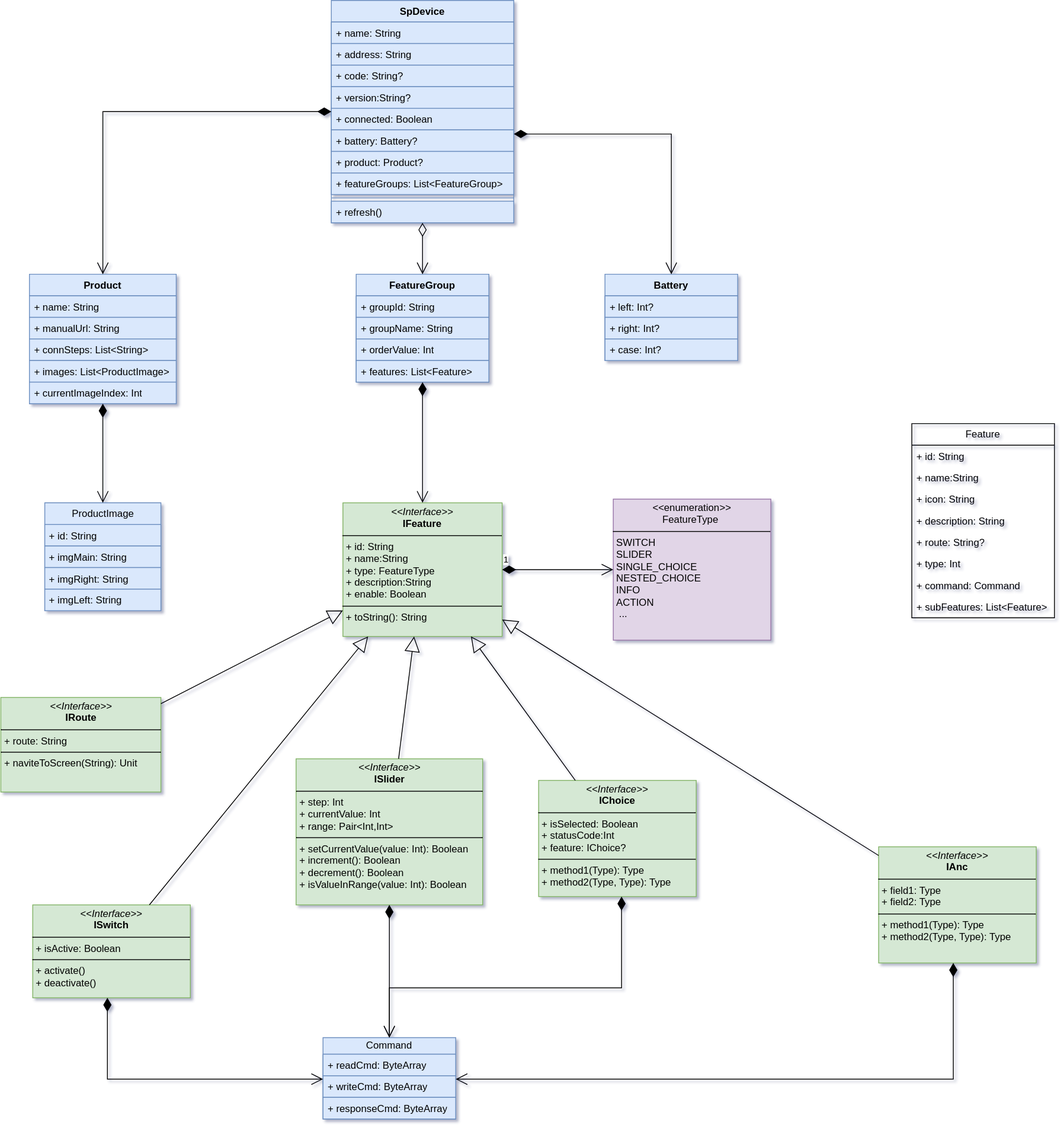
This is sp-device.drawio.svg from kekemao00/draw-libs, a draw.io export, as it was before one commit. Source tidied: cells renumbered, new cells last; positions are measured from the earlier drawing's top-left corner, leaving out a move shared by most shapes.
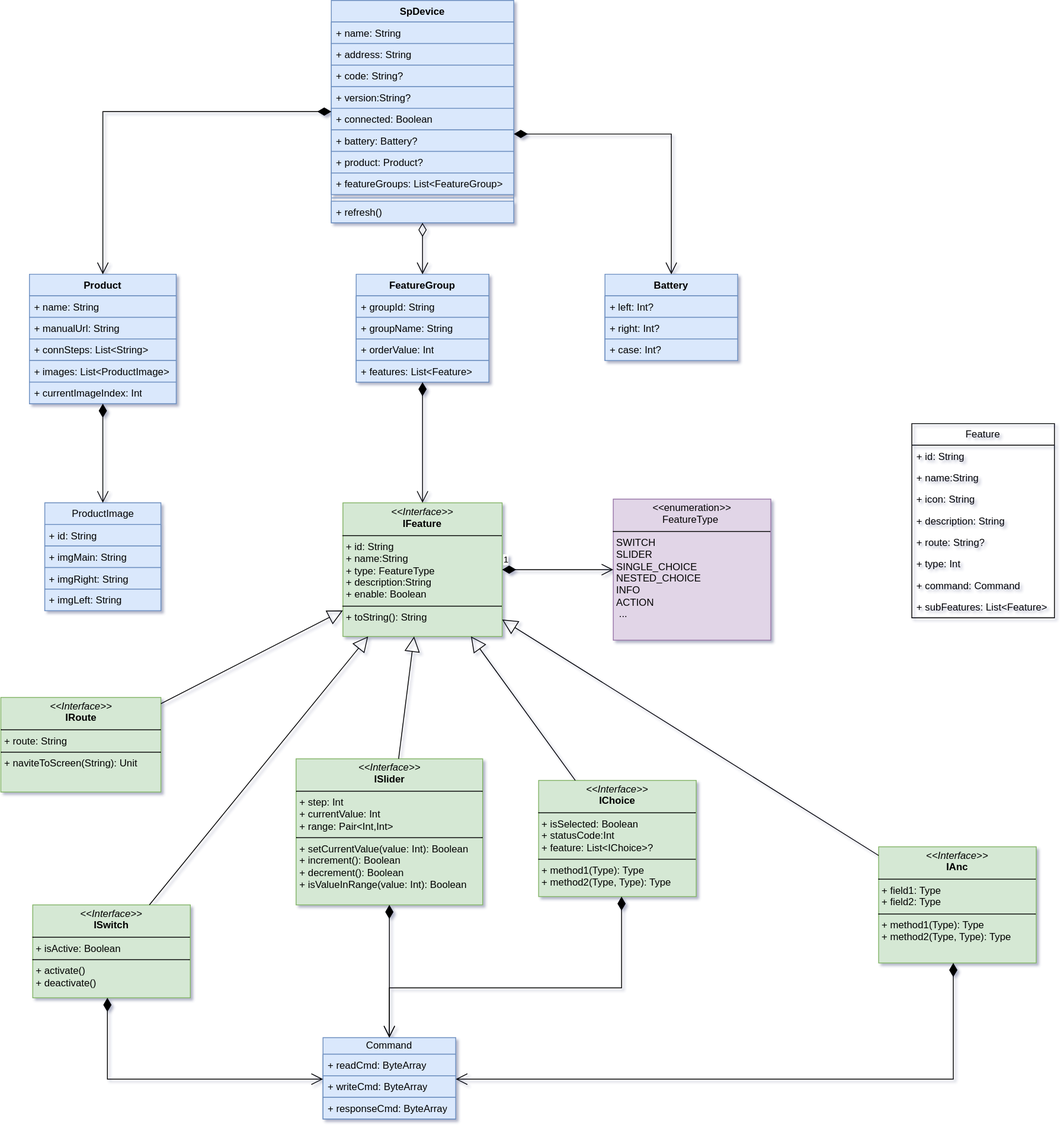
The same file after the commit.

The edit, as a diff of the source:
```diff
@@ -140,7 +140,7 @@
     <mxCell id="47" value="&lt;p style=&quot;margin:0px;margin-top:4px;text-align:center;&quot;&gt;&lt;i&gt;&amp;lt;&amp;lt;Interface&amp;gt;&amp;gt;&lt;/i&gt;&lt;br&gt;&lt;b&gt;IRoute&lt;/b&gt;&lt;/p&gt;&lt;hr size=&quot;1&quot; style=&quot;border-style:solid;&quot;&gt;&lt;p style=&quot;margin:0px;margin-left:4px;&quot;&gt;+ route: String&lt;/p&gt;&lt;hr size=&quot;1&quot; style=&quot;border-style:solid;&quot;&gt;&lt;p style=&quot;margin:0px;margin-left:4px;&quot;&gt;+ naviteToScreen(String): Unit&lt;br&gt;&lt;/p&gt;" style="verticalAlign=top;align=left;overflow=fill;html=1;whiteSpace=wrap;fillColor=#d5e8d4;strokeColor=#82b366;" parent="1" vertex="1">
       <mxGeometry x="-0.5" y="840" width="193" height="114" as="geometry" />
     </mxCell>
-    <mxCell id="48" value="&lt;p style=&quot;margin:0px;margin-top:4px;text-align:center;&quot;&gt;&lt;i&gt;&amp;lt;&amp;lt;Interface&amp;gt;&amp;gt;&lt;/i&gt;&lt;br&gt;&lt;b&gt;IChoice&lt;/b&gt;&lt;/p&gt;&lt;hr size=&quot;1&quot; style=&quot;border-style:solid;&quot;&gt;&lt;p style=&quot;margin:0px;margin-left:4px;&quot;&gt;+ isSelected: Boolean&lt;br&gt;+ statusCode:Int&lt;br&gt;+&amp;nbsp;feature: IChoice?&lt;/p&gt;&lt;hr size=&quot;1&quot; style=&quot;border-style:solid;&quot;&gt;&lt;p style=&quot;margin:0px;margin-left:4px;&quot;&gt;+ method1(Type): Type&lt;br&gt;+ method2(Type, Type): Type&lt;/p&gt;" style="verticalAlign=top;align=left;overflow=fill;html=1;whiteSpace=wrap;fillColor=#d5e8d4;strokeColor=#82b366;" parent="1" vertex="1">
+    <mxCell id="48" value="&lt;p style=&quot;margin:0px;margin-top:4px;text-align:center;&quot;&gt;&lt;i&gt;&amp;lt;&amp;lt;Interface&amp;gt;&amp;gt;&lt;/i&gt;&lt;br&gt;&lt;b&gt;IChoice&lt;/b&gt;&lt;/p&gt;&lt;hr size=&quot;1&quot; style=&quot;border-style:solid;&quot;&gt;&lt;p style=&quot;margin:0px;margin-left:4px;&quot;&gt;+ isSelected: Boolean&lt;br&gt;+ statusCode:Int&lt;br&gt;+&amp;nbsp;feature: List&amp;lt;IChoice&amp;gt;?&lt;/p&gt;&lt;hr size=&quot;1&quot; style=&quot;border-style:solid;&quot;&gt;&lt;p style=&quot;margin:0px;margin-left:4px;&quot;&gt;+ method1(Type): Type&lt;br&gt;+ method2(Type, Type): Type&lt;/p&gt;" style="verticalAlign=top;align=left;overflow=fill;html=1;whiteSpace=wrap;fillColor=#d5e8d4;strokeColor=#82b366;" parent="1" vertex="1">
       <mxGeometry x="648" y="940" width="190" height="140" as="geometry" />
     </mxCell>
     <mxCell id="49" value="&lt;p style=&quot;margin:0px;margin-top:4px;text-align:center;&quot;&gt;&lt;i&gt;&amp;lt;&amp;lt;Interface&amp;gt;&amp;gt;&lt;/i&gt;&lt;br&gt;&lt;b&gt;IAnc&lt;/b&gt;&lt;/p&gt;&lt;hr size=&quot;1&quot; style=&quot;border-style:solid;&quot;&gt;&lt;p style=&quot;margin:0px;margin-left:4px;&quot;&gt;+ field1: Type&lt;br&gt;+ field2: Type&lt;/p&gt;&lt;hr size=&quot;1&quot; style=&quot;border-style:solid;&quot;&gt;&lt;p style=&quot;margin:0px;margin-left:4px;&quot;&gt;+ method1(Type): Type&lt;br&gt;+ method2(Type, Type): Type&lt;/p&gt;" style="verticalAlign=top;align=left;overflow=fill;html=1;whiteSpace=wrap;fillColor=#d5e8d4;strokeColor=#82b366;" parent="1" vertex="1">
```
